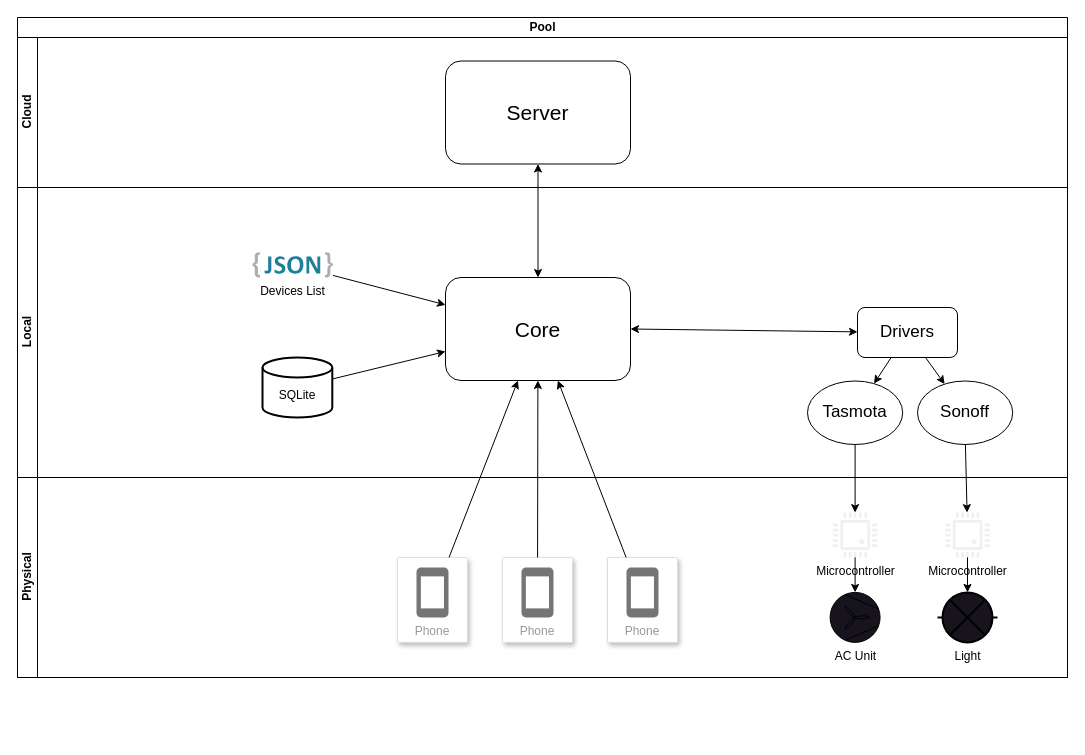
Earlier version of the draw.io diagram architecture/overall.drawio (VictorAlicino/tcc_1). Source tidied: cells renumbered, new cells numbered last; positions are measured from the earlier drawing's top-left corner, leaving out a move shared by most shapes. Both pictures are drawn from the tidied source at 100%, with x=0, y=0 at pixel (17, 17).
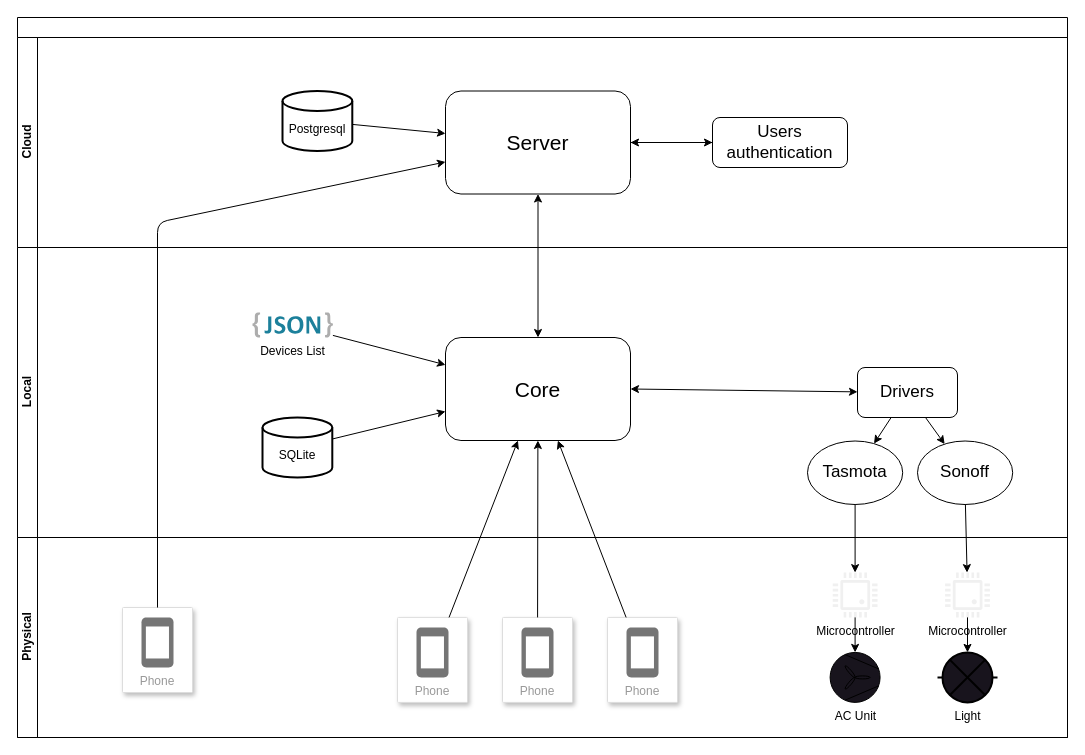
Above is the later version.

Diff of the diagram source:
```diff
@@
-    <mxCell id="2" value="Pool" style="swimlane;horizontal=1;startSize=20;html=1;" parent="1" vertex="1">
-      <mxGeometry width="1050" height="660" as="geometry" />
+    <mxCell id="2" style="swimlane;horizontal=1;startSize=20;html=1;" parent="1" vertex="1">
+      <mxGeometry width="1050" height="720" as="geometry" />
     </mxCell>
     <mxCell id="3" value="Cloud" style="swimlane;startSize=20;horizontal=0;html=1;" parent="2" vertex="1">
-      <mxGeometry y="20" width="1050" height="150" as="geometry" />
+      <mxGeometry y="20" width="1050" height="210" as="geometry" />
     </mxCell>
+    <mxCell id="36" style="edgeStyle=none;html=1;" parent="3" edge="1" source="4" target="40">
+      <mxGeometry relative="1" as="geometry" />
+    </mxCell>
     <mxCell id="4" value="Server" style="rounded=1;whiteSpace=wrap;html=1;fontSize=21;" parent="3" vertex="1">
-      <mxGeometry x="428" y="23.5" width="185" height="103" as="geometry" />
+      <mxGeometry x="428" y="53.5" width="185" height="103" as="geometry" />
     </mxCell>
+    <mxCell id="37" style="edgeStyle=none;html=1;" parent="3" edge="1" source="38" target="4">
+      <mxGeometry relative="1" as="geometry" />
+    </mxCell>
+    <mxCell id="38" value="&lt;br&gt;Postgresql" style="strokeWidth=2;html=1;shape=mxgraph.flowchart.database;whiteSpace=wrap;" parent="3" vertex="1">
+      <mxGeometry x="265" y="53.5" width="69.8" height="60" as="geometry" />
+    </mxCell>
+    <mxCell id="39" style="edgeStyle=none;html=1;" parent="3" edge="1" source="40" target="4">
+      <mxGeometry relative="1" as="geometry" />
+    </mxCell>
+    <mxCell id="40" value="Users&lt;br&gt;authentication" style="rounded=1;whiteSpace=wrap;html=1;fontSize=17;" parent="3" vertex="1">
+      <mxGeometry x="695" y="80" width="135" height="50" as="geometry" />
+    </mxCell>
     <mxCell id="5" value="Local" style="swimlane;startSize=20;horizontal=0;html=1;" parent="2" vertex="1">
-      <mxGeometry y="170" width="1050" height="290" as="geometry" />
+      <mxGeometry y="230" width="1050" height="290" as="geometry" />
     </mxCell>
@@
     <mxCell id="17" value="Physical" style="swimlane;startSize=20;horizontal=0;html=1;" parent="2" vertex="1">
-      <mxGeometry y="460" width="1050" height="200" as="geometry" />
+      <mxGeometry y="520" width="1050" height="200" as="geometry" />
     </mxCell>
@@
+    <mxCell id="41" value="Phone" style="strokeColor=#dddddd;shadow=1;strokeWidth=1;rounded=1;absoluteArcSize=1;arcSize=2;labelPosition=center;verticalLabelPosition=middle;align=center;verticalAlign=bottom;spacingLeft=0;fontColor=#999999;fontSize=12;whiteSpace=wrap;spacingBottom=2;" parent="17" vertex="1">
+      <mxGeometry x="105" y="70" width="70" height="85" as="geometry" />
+    </mxCell>
+    <mxCell id="42" style="dashed=0;html=1;fillColor=#757575;strokeColor=none;shape=mxgraph.gcp2.phone;rounded=1;fontSize=17;" parent="41" vertex="1">
+      <mxGeometry x="0.5" width="32" height="50" relative="1" as="geometry">
+        <mxPoint x="-16" y="10" as="offset" />
+      </mxGeometry>
+    </mxCell>
@@
+    <mxCell id="43" style="edgeStyle=none;html=1;" parent="2" edge="1" source="41" target="4">
+      <mxGeometry relative="1" as="geometry">
+        <Array as="points">
+          <mxPoint x="140" y="205" />
+        </Array>
+      </mxGeometry>
+    </mxCell>
```
